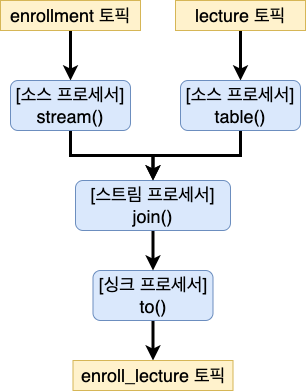
windowforsun/blog keeps this draw.io diagram as img/kafka/kafka-streams-dsl-7.drawio.png. Above is the earlier version. Source tidied: cells renumbered, new cells last; positions are measured from the earlier drawing's top-left corner, leaving out a move shared by most shapes. The source it was exported from:
```xml
<mxGraphModel>
  <root>
    <mxCell id="0" />
    <mxCell id="1" parent="0" />
    <mxCell id="2" style="edgeStyle=orthogonalEdgeStyle;rounded=0;jettySize=auto;html=1;exitX=0.5;exitY=1;exitDx=0;exitDy=0;entryX=0.5;entryY=0;entryDx=0;entryDy=0;fontSize=18;strokeWidth=3;" parent="1" edge="1" source="3" target="5">
      <mxGeometry relative="1" as="geometry" />
    </mxCell>
    <mxCell id="3" value="&lt;font style=&quot;font-size: 18px;&quot;&gt;enrollment 토픽&lt;/font&gt;" style="rounded=0;whiteSpace=wrap;html=1;fillColor=#fff2cc;strokeColor=#d6b656;" parent="1" vertex="1">
      <mxGeometry width="140" height="30" as="geometry" />
    </mxCell>
    <mxCell id="4" style="edgeStyle=orthogonalEdgeStyle;rounded=0;jettySize=auto;html=1;exitX=0.5;exitY=1;exitDx=0;exitDy=0;strokeWidth=3;fontSize=18;entryX=0.5;entryY=0;entryDx=0;entryDy=0;" parent="1" edge="1" source="5" target="10">
      <mxGeometry relative="1" as="geometry" />
    </mxCell>
    <mxCell id="5" value="[소스 프로세서]&lt;br&gt;stream()" style="rounded=1;whiteSpace=wrap;html=1;fontSize=18;fillColor=#dae8fc;strokeColor=#6c8ebf;" parent="1" vertex="1">
      <mxGeometry x="10" y="80" width="120" height="50" as="geometry" />
    </mxCell>
    <mxCell id="6" style="edgeStyle=orthogonalEdgeStyle;rounded=0;jettySize=auto;html=1;exitX=0.5;exitY=1;exitDx=0;exitDy=0;entryX=0.5;entryY=0;entryDx=0;entryDy=0;strokeWidth=3;fontSize=18;" parent="1" edge="1" source="7" target="8">
      <mxGeometry relative="1" as="geometry" />
    </mxCell>
    <mxCell id="7" value="[싱크 프로세서]&lt;br&gt;to()" style="rounded=1;whiteSpace=wrap;html=1;fontSize=18;fillColor=#dae8fc;strokeColor=#6c8ebf;" parent="1" vertex="1">
      <mxGeometry x="92.5" y="270" width="120" height="50" as="geometry" />
    </mxCell>
    <mxCell id="8" value="&lt;font style=&quot;font-size: 18px;&quot;&gt;enroll_lecture 토픽&lt;/font&gt;" style="rounded=0;whiteSpace=wrap;html=1;fillColor=#fff2cc;strokeColor=#d6b656;" parent="1" vertex="1">
      <mxGeometry x="72.5" y="360" width="160" height="30" as="geometry" />
    </mxCell>
    <mxCell id="9" style="edgeStyle=orthogonalEdgeStyle;rounded=0;jettySize=auto;html=1;exitX=0.5;exitY=1;exitDx=0;exitDy=0;entryX=0.5;entryY=0;entryDx=0;entryDy=0;strokeWidth=3;" parent="1" edge="1" source="10" target="7">
      <mxGeometry relative="1" as="geometry" />
    </mxCell>
    <mxCell id="10" value="[스트림 프로세서]&lt;br&gt;join()" style="rounded=1;whiteSpace=wrap;html=1;fontSize=18;fillColor=#dae8fc;strokeColor=#6c8ebf;" parent="1" vertex="1">
      <mxGeometry x="75" y="180" width="155" height="50" as="geometry" />
    </mxCell>
    <mxCell id="11" style="edgeStyle=orthogonalEdgeStyle;rounded=0;jettySize=auto;html=1;exitX=0.5;exitY=1;exitDx=0;exitDy=0;entryX=0.5;entryY=0;entryDx=0;entryDy=0;strokeWidth=3;" parent="1" edge="1" source="12" target="14">
      <mxGeometry relative="1" as="geometry" />
    </mxCell>
    <mxCell id="12" value="&lt;font style=&quot;font-size: 18px;&quot;&gt;lecture 토픽&lt;/font&gt;" style="rounded=0;whiteSpace=wrap;html=1;fillColor=#fff2cc;strokeColor=#d6b656;" parent="1" vertex="1">
      <mxGeometry x="175" width="130" height="30" as="geometry" />
    </mxCell>
    <mxCell id="13" style="edgeStyle=orthogonalEdgeStyle;rounded=0;jettySize=auto;html=1;exitX=0.5;exitY=1;exitDx=0;exitDy=0;entryX=0.5;entryY=0;entryDx=0;entryDy=0;strokeWidth=3;" parent="1" edge="1" source="14" target="10">
      <mxGeometry relative="1" as="geometry" />
    </mxCell>
    <mxCell id="14" value="[소스 프로세서]&lt;br&gt;table()" style="rounded=1;whiteSpace=wrap;html=1;fontSize=18;fillColor=#dae8fc;strokeColor=#6c8ebf;" parent="1" vertex="1">
      <mxGeometry x="180" y="80" width="120" height="50" as="geometry" />
    </mxCell>
  </root>
</mxGraphModel>
```
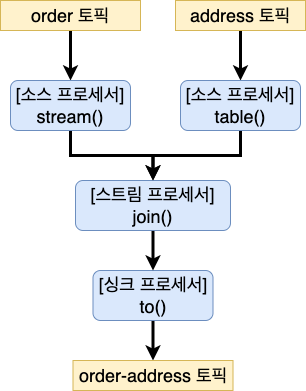
The same diagram one commit later.

Commit message:
kafka-streams-dsl-7.drawio.png이 추가되었습니다.

Change to the diagram source:
```diff
@@ -5,7 +5,7 @@
     <mxCell id="2" style="edgeStyle=orthogonalEdgeStyle;rounded=0;jettySize=auto;html=1;exitX=0.5;exitY=1;exitDx=0;exitDy=0;entryX=0.5;entryY=0;entryDx=0;entryDy=0;fontSize=18;strokeWidth=3;" parent="1" edge="1" source="3" target="5">
       <mxGeometry relative="1" as="geometry" />
     </mxCell>
-    <mxCell id="3" value="&lt;font style=&quot;font-size: 18px;&quot;&gt;enrollment 토픽&lt;/font&gt;" style="rounded=0;whiteSpace=wrap;html=1;fillColor=#fff2cc;strokeColor=#d6b656;" parent="1" vertex="1">
+    <mxCell id="3" value="&lt;font style=&quot;font-size: 18px;&quot;&gt;order 토픽&lt;/font&gt;" style="rounded=0;whiteSpace=wrap;html=1;fillColor=#fff2cc;strokeColor=#d6b656;" parent="1" vertex="1">
       <mxGeometry width="140" height="30" as="geometry" />
     </mxCell>
     <mxCell id="4" style="edgeStyle=orthogonalEdgeStyle;rounded=0;jettySize=auto;html=1;exitX=0.5;exitY=1;exitDx=0;exitDy=0;strokeWidth=3;fontSize=18;entryX=0.5;entryY=0;entryDx=0;entryDy=0;" parent="1" edge="1" source="5" target="10">
@@ -20,7 +20,7 @@
     <mxCell id="7" value="[싱크 프로세서]&lt;br&gt;to()" style="rounded=1;whiteSpace=wrap;html=1;fontSize=18;fillColor=#dae8fc;strokeColor=#6c8ebf;" parent="1" vertex="1">
       <mxGeometry x="92.5" y="270" width="120" height="50" as="geometry" />
     </mxCell>
-    <mxCell id="8" value="&lt;font style=&quot;font-size: 18px;&quot;&gt;enroll_lecture 토픽&lt;/font&gt;" style="rounded=0;whiteSpace=wrap;html=1;fillColor=#fff2cc;strokeColor=#d6b656;" parent="1" vertex="1">
+    <mxCell id="8" value="&lt;font style=&quot;font-size: 18px;&quot;&gt;order-address 토픽&lt;/font&gt;" style="rounded=0;whiteSpace=wrap;html=1;fillColor=#fff2cc;strokeColor=#d6b656;" parent="1" vertex="1">
       <mxGeometry x="72.5" y="360" width="160" height="30" as="geometry" />
     </mxCell>
     <mxCell id="9" style="edgeStyle=orthogonalEdgeStyle;rounded=0;jettySize=auto;html=1;exitX=0.5;exitY=1;exitDx=0;exitDy=0;entryX=0.5;entryY=0;entryDx=0;entryDy=0;strokeWidth=3;" parent="1" edge="1" source="10" target="7">
@@ -32,7 +32,7 @@
     <mxCell id="11" style="edgeStyle=orthogonalEdgeStyle;rounded=0;jettySize=auto;html=1;exitX=0.5;exitY=1;exitDx=0;exitDy=0;entryX=0.5;entryY=0;entryDx=0;entryDy=0;strokeWidth=3;" parent="1" edge="1" source="12" target="14">
       <mxGeometry relative="1" as="geometry" />
     </mxCell>
-    <mxCell id="12" value="&lt;font style=&quot;font-size: 18px;&quot;&gt;lecture 토픽&lt;/font&gt;" style="rounded=0;whiteSpace=wrap;html=1;fillColor=#fff2cc;strokeColor=#d6b656;" parent="1" vertex="1">
+    <mxCell id="12" value="&lt;font style=&quot;font-size: 18px;&quot;&gt;address 토픽&lt;/font&gt;" style="rounded=0;whiteSpace=wrap;html=1;fillColor=#fff2cc;strokeColor=#d6b656;" parent="1" vertex="1">
       <mxGeometry x="175" width="130" height="30" as="geometry" />
     </mxCell>
     <mxCell id="13" style="edgeStyle=orthogonalEdgeStyle;rounded=0;jettySize=auto;html=1;exitX=0.5;exitY=1;exitDx=0;exitDy=0;entryX=0.5;entryY=0;entryDx=0;entryDy=0;strokeWidth=3;" parent="1" edge="1" source="14" target="10">
```
